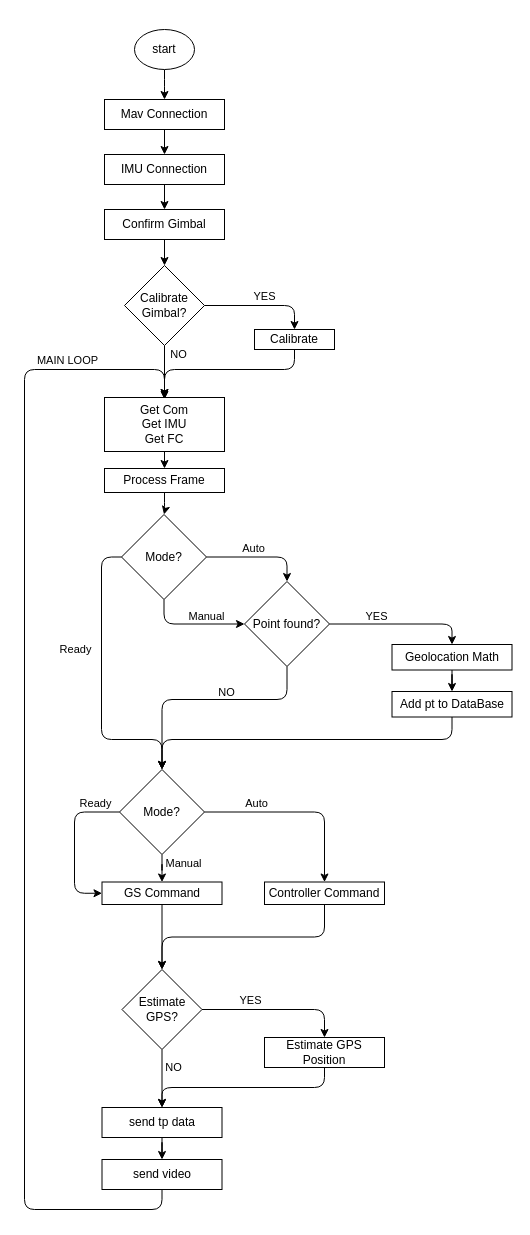
Earlier version of the draw.io diagram page "PA Flow Diagram" (3 of 4) of Systems_Diagrams.drawio (SAEAeroAdvanced2023/targeting-pod). Source tidied: cells renumbered, new cells numbered last; positions are measured from the earlier drawing's top-left corner, leaving out a move shared by most shapes. Both pictures are drawn from the tidied source at 100%, with x=0, y=0 at pixel (24, 29).
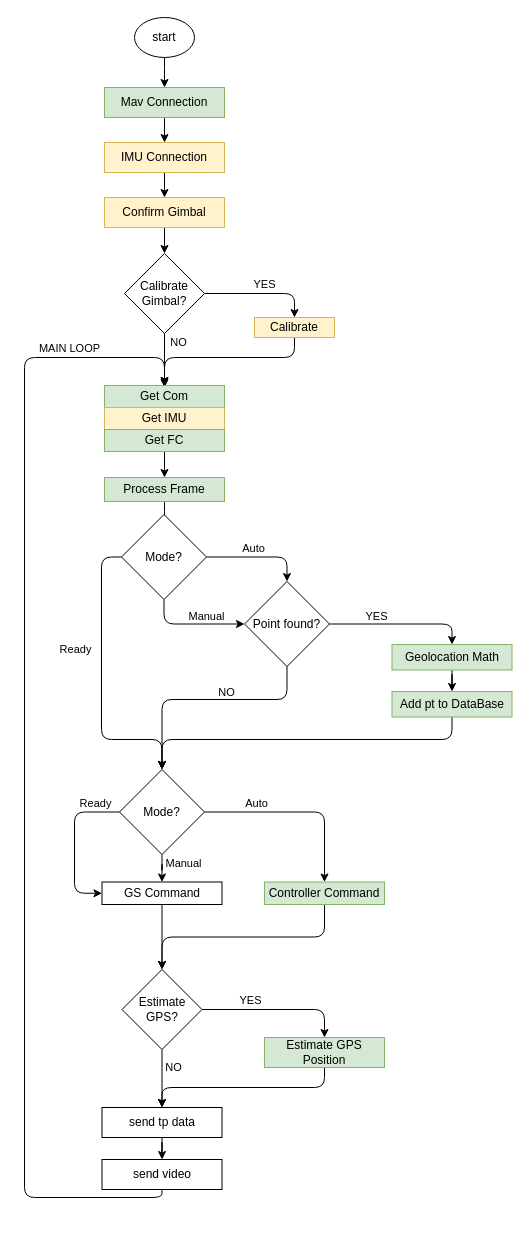
After the change.

The change refers to these unchanged cells:
```xml
<mxCell id="27" value="Mode?" style="rhombus;whiteSpace=wrap;html=1;" parent="1" vertex="1">
  <mxGeometry x="97" y="485" width="85" height="85" as="geometry" />
</mxCell>
<mxCell id="59" value="send video" style="whiteSpace=wrap;html=1;" parent="1" vertex="1">
  <mxGeometry x="77.5" y="1130" width="120" height="30" as="geometry" />
</mxCell>
```

What changed in the source:
```diff
@@
     <mxCell id="3" value="start" style="ellipse;whiteSpace=wrap;html=1;" parent="1" vertex="1">
-      <mxGeometry x="110" width="60" height="40" as="geometry" />
+      <mxGeometry x="110" y="-12" width="60" height="40" as="geometry" />
     </mxCell>
@@
-    <mxCell id="5" value="Mav Connection" style="whiteSpace=wrap;html=1;" parent="1" vertex="1">
-      <mxGeometry x="80" y="70" width="120" height="30" as="geometry" />
+    <mxCell id="5" value="Mav Connection" style="whiteSpace=wrap;html=1;fillColor=#d5e8d4;strokeColor=#82b366;" parent="1" vertex="1">
+      <mxGeometry x="80" y="58" width="120" height="30" as="geometry" />
     </mxCell>
@@
-    <mxCell id="7" value="IMU Connection" style="whiteSpace=wrap;html=1;" parent="1" vertex="1">
-      <mxGeometry x="80" y="125" width="120" height="30" as="geometry" />
+    <mxCell id="7" value="IMU Connection" style="whiteSpace=wrap;html=1;fillColor=#fff2cc;strokeColor=#d6b656;" parent="1" vertex="1">
+      <mxGeometry x="80" y="113" width="120" height="30" as="geometry" />
     </mxCell>
@@
-    <mxCell id="9" value="Confirm Gimbal" style="whiteSpace=wrap;html=1;" parent="1" vertex="1">
-      <mxGeometry x="80" y="180" width="120" height="30" as="geometry" />
+    <mxCell id="9" value="Confirm Gimbal" style="whiteSpace=wrap;html=1;fillColor=#fff2cc;strokeColor=#d6b656;" parent="1" vertex="1">
+      <mxGeometry x="80" y="168" width="120" height="30" as="geometry" />
     </mxCell>
@@
     <mxCell id="14" value="Calibrate Gimbal?" style="rhombus;whiteSpace=wrap;html=1;" parent="1" vertex="1">
-      <mxGeometry x="100" y="236" width="80" height="80" as="geometry" />
+      <mxGeometry x="100" y="224" width="80" height="80" as="geometry" />
     </mxCell>
     <mxCell id="15" style="edgeStyle=orthogonalEdgeStyle;rounded=1;jettySize=auto;html=1;exitX=0.5;exitY=1;exitDx=0;exitDy=0;" parent="1" edge="1" source="16">
       <mxGeometry relative="1" as="geometry">
-        <mxPoint x="140" y="370" as="targetPoint" />
+        <mxPoint x="140" y="358" as="targetPoint" />
         <Array as="points">
-          <mxPoint x="270" y="340" />
-          <mxPoint x="140" y="340" />
+          <mxPoint x="270" y="328" />
+          <mxPoint x="140" y="328" />
         </Array>
       </mxGeometry>
     </mxCell>
-    <mxCell id="16" value="Calibrate" style="whiteSpace=wrap;html=1;" parent="1" vertex="1">
-      <mxGeometry x="230" y="300" width="80" height="20" as="geometry" />
+    <mxCell id="16" value="Calibrate" style="whiteSpace=wrap;html=1;fillColor=#fff2cc;strokeColor=#d6b656;" parent="1" vertex="1">
+      <mxGeometry x="230" y="288" width="80" height="20" as="geometry" />
     </mxCell>
-    <mxCell id="17" style="edgeStyle=orthogonalEdgeStyle;rounded=1;jettySize=auto;html=1;" parent="1" edge="1" source="18" target="20">
+    <mxCell id="17" style="edgeStyle=orthogonalEdgeStyle;rounded=1;jettySize=auto;html=1;exitX=0.5;exitY=1;exitDx=0;exitDy=0;" parent="1" edge="1" source="61" target="20">
       <mxGeometry relative="1" as="geometry" />
     </mxCell>
-    <mxCell id="18" value="Get Com&lt;br&gt;Get IMU&lt;br&gt;Get FC" style="whiteSpace=wrap;html=1;" parent="1" vertex="1">
-      <mxGeometry x="80" y="368" width="120" height="54" as="geometry" />
+    <mxCell id="18" value="Get Com" style="whiteSpace=wrap;html=1;fillColor=#d5e8d4;strokeColor=#82b366;" parent="1" vertex="1">
+      <mxGeometry x="80" y="356" width="120" height="22" as="geometry" />
     </mxCell>
-    <mxCell id="19" style="edgeStyle=orthogonalEdgeStyle;rounded=1;jettySize=auto;html=1;" parent="1" edge="1" source="20" target="27">
+    <mxCell id="19" style="edgeStyle=orthogonalEdgeStyle;rounded=1;jettySize=auto;html=1;exitX=0.5;exitY=1;exitDx=0;exitDy=0;" parent="1" edge="1" source="20" target="27">
       <mxGeometry relative="1" as="geometry" />
     </mxCell>
-    <mxCell id="20" value="Process Frame" style="whiteSpace=wrap;html=1;" parent="1" vertex="1">
-      <mxGeometry x="80" y="439" width="120" height="24" as="geometry" />
+    <mxCell id="20" value="Process Frame" style="whiteSpace=wrap;html=1;fillColor=#d5e8d4;strokeColor=#82b366;" parent="1" vertex="1">
+      <mxGeometry x="80" y="448" width="120" height="24" as="geometry" />
     </mxCell>
@@
-    <mxCell id="41" value="Geolocation Math" style="whiteSpace=wrap;html=1;" parent="1" vertex="1">
+    <mxCell id="41" value="Geolocation Math" style="whiteSpace=wrap;html=1;fillColor=#d5e8d4;strokeColor=#82b366;" parent="1" vertex="1">
       <mxGeometry x="367.5" y="615" width="120" height="25.5" as="geometry" />
     </mxCell>
@@
-    <mxCell id="43" value="Add pt to DataBase" style="whiteSpace=wrap;html=1;" parent="1" vertex="1">
+    <mxCell id="43" value="Add pt to DataBase" style="whiteSpace=wrap;html=1;fillColor=#d5e8d4;strokeColor=#82b366;" parent="1" vertex="1">
       <mxGeometry x="367.5" y="662" width="120" height="25.5" as="geometry" />
     </mxCell>
@@
-    <mxCell id="45" value="Controller Command" style="whiteSpace=wrap;html=1;" parent="1" vertex="1">
+    <mxCell id="45" value="Controller Command" style="whiteSpace=wrap;html=1;fillColor=#d5e8d4;strokeColor=#82b366;" parent="1" vertex="1">
       <mxGeometry x="240" y="852.5" width="120" height="22.5" as="geometry" />
     </mxCell>
@@
-    <mxCell id="54" value="Estimate GPS Position" style="whiteSpace=wrap;html=1;" parent="1" vertex="1">
+    <mxCell id="54" value="Estimate GPS Position" style="whiteSpace=wrap;html=1;fillColor=#d5e8d4;strokeColor=#82b366;" parent="1" vertex="1">
       <mxGeometry x="240" y="1008" width="120" height="30" as="geometry" />
     </mxCell>
@@
     <mxCell id="57" style="edgeStyle=orthogonalEdgeStyle;rounded=1;jettySize=auto;html=1;exitX=0.5;exitY=1;exitDx=0;exitDy=0;entryX=0.5;entryY=0;entryDx=0;entryDy=0;" parent="1" edge="1" source="59" target="18">
       <mxGeometry relative="1" as="geometry">
         <Array as="points">
-          <mxPoint x="138" y="1180" />
-          <mxPoint y="1180" />
-          <mxPoint y="340" />
-          <mxPoint x="140" y="340" />
+          <mxPoint x="138" y="1168" />
+          <mxPoint y="1168" />
+          <mxPoint y="328" />
+          <mxPoint x="140" y="328" />
         </Array>
       </mxGeometry>
     </mxCell>
@@
+    <mxCell id="60" value="Get IMU" style="whiteSpace=wrap;html=1;fillColor=#fff2cc;strokeColor=#d6b656;" parent="1" vertex="1">
+      <mxGeometry x="80" y="378" width="120" height="22" as="geometry" />
+    </mxCell>
+    <mxCell id="61" value="Get FC" style="whiteSpace=wrap;html=1;fillColor=#d5e8d4;strokeColor=#82b366;" parent="1" vertex="1">
+      <mxGeometry x="80" y="400" width="120" height="22" as="geometry" />
+    </mxCell>
```
